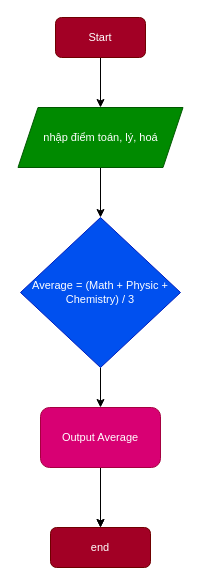
tranxuyen08/Java-FullStack-FrontEnd-Basic keeps this draw.io diagram as ex01.dio. Above is the earlier version. Source tidied: cells renumbered, new cells numbered last; positions are measured from the earlier drawing's top-left corner, leaving out a move shared by most shapes. Both pictures are drawn from the tidied source at 100%, with x=0, y=0 at pixel (17, 17).
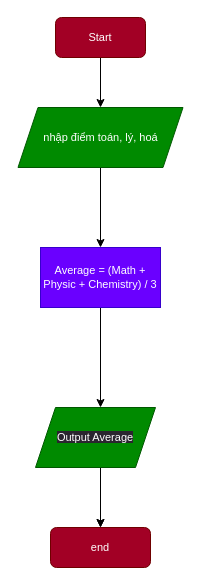
After the change.

Change to the diagram source:
```diff
@@
 <mxGraphModel>
   <root>
     <mxCell id="0" />
     <mxCell id="1" parent="0" />
     <mxCell id="2" style="edgeStyle=none;html=1;entryX=0.5;entryY=0;entryDx=0;entryDy=0;fontSize=11;" parent="1" edge="1" source="3" target="6">
       <mxGeometry relative="1" as="geometry" />
     </mxCell>
     <mxCell id="3" value="&lt;font style=&quot;font-size: 11px;&quot;&gt;Start&lt;/font&gt;" style="rounded=1;whiteSpace=wrap;html=1;fillColor=#a20025;fontColor=#ffffff;strokeColor=#6F0000;" parent="1" vertex="1">
       <mxGeometry x="38" width="90" height="40" as="geometry" />
     </mxCell>
     <mxCell id="4" value="end" style="rounded=1;whiteSpace=wrap;html=1;fontSize=11;fillColor=#a20025;fontColor=#ffffff;strokeColor=#6F0000;" parent="1" vertex="1">
       <mxGeometry x="33" y="510" width="100" height="40" as="geometry" />
     </mxCell>
     <mxCell id="5" style="edgeStyle=none;html=1;entryX=0.5;entryY=0;entryDx=0;entryDy=0;fontSize=11;" parent="1" edge="1" source="6" target="8">
       <mxGeometry relative="1" as="geometry" />
     </mxCell>
     <mxCell id="6" value="nhập điểm toán, lý, hoá" style="shape=parallelogram;perimeter=parallelogramPerimeter;whiteSpace=wrap;html=1;fixedSize=1;fontSize=11;fillColor=#008a00;fontColor=#ffffff;strokeColor=#005700;" parent="1" vertex="1">
       <mxGeometry x="0.5" y="90" width="165" height="60" as="geometry" />
     </mxCell>
-    <mxCell id="7" style="edgeStyle=none;html=1;exitX=0.5;exitY=1;exitDx=0;exitDy=0;entryX=0.5;entryY=0;entryDx=0;entryDy=0;fontSize=11;" parent="1" edge="1" source="8" target="11">
-      <mxGeometry relative="1" as="geometry" />
-    </mxCell>
-    <mxCell id="8" value="Average = (Math + Physic + Chemistry) / 3" style="rhombus;whiteSpace=wrap;html=1;fontSize=11;fillColor=#0050ef;fontColor=#ffffff;strokeColor=#001DBC;" parent="1" vertex="1">
-      <mxGeometry x="3" y="200" width="160" height="150" as="geometry" />
-    </mxCell>
-    <mxCell id="9" style="edgeStyle=none;html=1;fontSize=11;" parent="1" edge="1" source="11" target="4">
-      <mxGeometry relative="1" as="geometry" />
+    <mxCell id="9" style="edgeStyle=none;html=1;fontSize=11;" parent="1" edge="1" target="4">
+      <mxGeometry relative="1" as="geometry">
+        <mxPoint x="83" y="450" as="sourcePoint" />
+      </mxGeometry>
     </mxCell>
-    <mxCell id="10" style="edgeStyle=none;html=1;entryX=0.5;entryY=0;entryDx=0;entryDy=0;fontSize=11;" parent="1" edge="1" source="11" target="4">
-      <mxGeometry relative="1" as="geometry" />
+    <mxCell id="10" style="edgeStyle=none;html=1;entryX=0.5;entryY=0;entryDx=0;entryDy=0;fontSize=11;" parent="1" edge="1" target="4">
+      <mxGeometry relative="1" as="geometry">
+        <mxPoint x="83" y="450" as="sourcePoint" />
+      </mxGeometry>
     </mxCell>
+    <mxCell id="12" style="edgeStyle=none;html=1;entryX=0.5;entryY=0;entryDx=0;entryDy=0;fontSize=11;" parent="1" edge="1" source="8">
+      <mxGeometry relative="1" as="geometry">
+        <mxPoint x="83" y="390" as="targetPoint" />
+      </mxGeometry>
+    </mxCell>
+    <mxCell id="8" value="&lt;span style=&quot;color: rgb(255, 255, 255);&quot;&gt;Average = (Math + Physic + Chemistry) / 3&lt;/span&gt;" style="rounded=0;whiteSpace=wrap;html=1;fontSize=11;fillColor=#6a00ff;fontColor=#ffffff;strokeColor=#3700CC;" parent="1" vertex="1">
+      <mxGeometry x="23" y="230" width="120" height="60" as="geometry" />
+    </mxCell>
-    <mxCell id="11" value="Output Average" style="rounded=1;whiteSpace=wrap;html=1;fontSize=11;fillColor=#d80073;fontColor=#ffffff;strokeColor=#A50040;" parent="1" vertex="1">
-      <mxGeometry x="23" y="390" width="120" height="60" as="geometry" />
+    <mxCell id="11" value="&lt;span style=&quot;color: rgb(255, 255, 255); font-family: Helvetica; font-size: 11px; font-style: normal; font-variant-ligatures: normal; font-variant-caps: normal; font-weight: 400; letter-spacing: normal; orphans: 2; text-align: center; text-indent: 0px; text-transform: none; widows: 2; word-spacing: 0px; -webkit-text-stroke-width: 0px; background-color: rgb(42, 37, 47); text-decoration-thickness: initial; text-decoration-style: initial; text-decoration-color: initial; float: none; display: inline !important;&quot;&gt;Output Average&lt;/span&gt;" style="shape=parallelogram;perimeter=parallelogramPerimeter;whiteSpace=wrap;html=1;fixedSize=1;fontSize=11;fillColor=#008a00;fontColor=#ffffff;strokeColor=#005700;" parent="1" vertex="1">
+      <mxGeometry x="18" y="390" width="120" height="60" as="geometry" />
     </mxCell>
   </root>
 </mxGraphModel>
```
